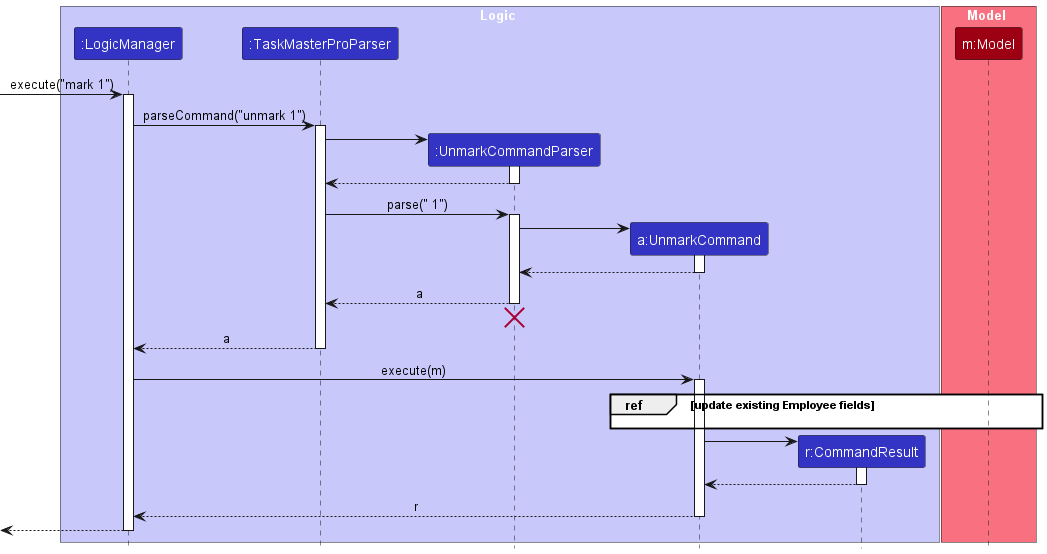
Earlier version of the PlantUML export docs/images/UnmarkDiagram.png (azumieflare/tp). Source of this version:
```plantuml
@startuml
!include style.puml
skinparam ArrowFontStyle plain

box Logic LOGIC_COLOR_T1
participant ":LogicManager" as LogicManager LOGIC_COLOR
participant ":TaskMasterProParser" as TaskMasterProParser LOGIC_COLOR
participant ":UnmarkCommandParser" as UnmarkCommandParser LOGIC_COLOR
participant "a:UnmarkCommand" as UnmarkCommand LOGIC_COLOR
participant "r:CommandResult" as CommandResult LOGIC_COLOR
end box

box Model MODEL_COLOR_T1
participant "m:Model" as Model MODEL_COLOR
end box

[-> LogicManager : execute("mark 1")
activate LogicManager

LogicManager -> TaskMasterProParser : parseCommand("unmark 1")
activate TaskMasterProParser

create UnmarkCommandParser
TaskMasterProParser -> UnmarkCommandParser
activate UnmarkCommandParser

UnmarkCommandParser --> TaskMasterProParser
deactivate UnmarkCommandParser

TaskMasterProParser -> UnmarkCommandParser : parse(" 1")
activate UnmarkCommandParser

create UnmarkCommand
UnmarkCommandParser -> UnmarkCommand
activate UnmarkCommand

UnmarkCommand --> UnmarkCommandParser :
deactivate UnmarkCommand

UnmarkCommandParser --> TaskMasterProParser : a
deactivate UnmarkCommandParser

UnmarkCommandParser -[hidden]-> TaskMasterProParser
destroy UnmarkCommandParser

TaskMasterProParser --> LogicManager : a
deactivate TaskMasterProParser

LogicManager -> UnmarkCommand : execute(m)
activate UnmarkCommand


group ref [update existing Employee fields]
UnmarkCommand -[hidden]-> Model
end


create CommandResult
UnmarkCommand -> CommandResult
activate CommandResult

CommandResult --> UnmarkCommand
deactivate CommandResult

UnmarkCommand --> LogicManager : r
deactivate UnmarkCommand

[<--LogicManager
deactivate LogicManager
@enduml
```
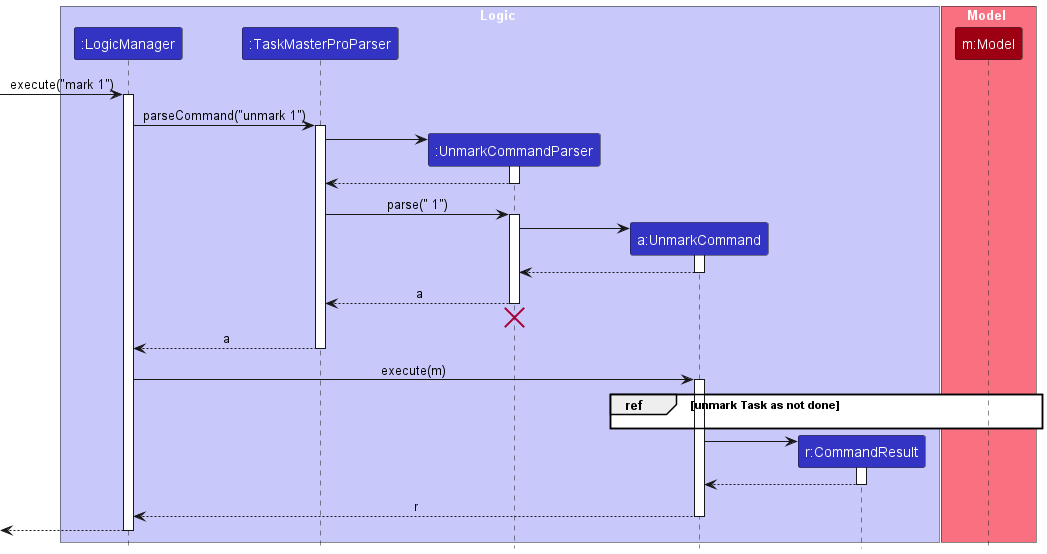
After the commit.

Commit message:
Change mark/unmark diagram

Diff of the diagram source:
```diff
@@ -50,7 +50,7 @@
 activate UnmarkCommand
 
 
-group ref [update existing Employee fields]
+group ref [unmark Task as not done]
 UnmarkCommand -[hidden]-> Model
 end
 
```
